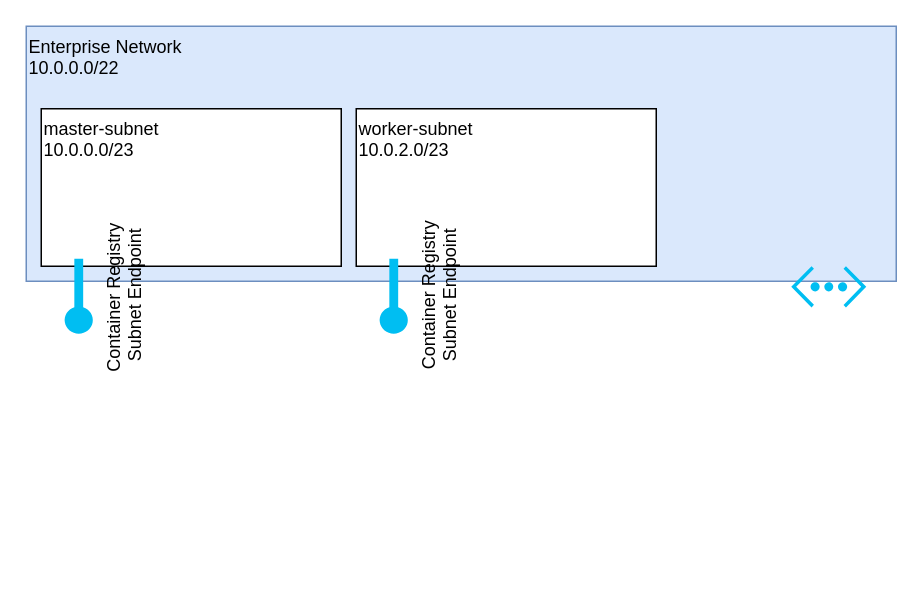
Above: drawio/azure-readhat-openshift.drawio in ParisaMousavi/wordpress (draw.io), before the change. Source tidied: cells renumbered, new cells numbered last; positions are measured from the earlier drawing's top-left corner, leaving out a move shared by most shapes. Both pictures are drawn from the tidied source at 150%, with x=0, y=0 at pixel (26, 26).
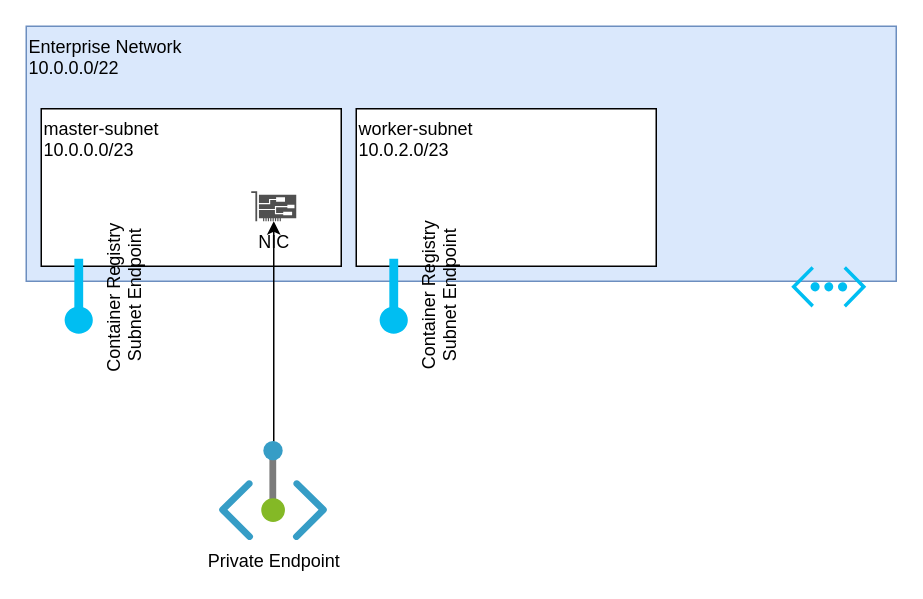
The same diagram, later.

Diff of the diagram source:
```diff
@@
 <mxGraphModel>
   <root>
     <mxCell id="0" />
     <mxCell id="1" parent="0" />
     <mxCell id="2" value="Enterprise Network&lt;br&gt;10.0.0.0/22&lt;br&gt;" style="rounded=0;whiteSpace=wrap;html=1;fillColor=#dae8fc;strokeColor=#6c8ebf;verticalAlign=top;align=left;" parent="1" vertex="1">
       <mxGeometry width="580" height="170" as="geometry" />
     </mxCell>
     <mxCell id="3" value="master-subnet&lt;br&gt;10.0.0.0/23" style="rounded=0;whiteSpace=wrap;html=1;verticalAlign=top;align=left;" parent="1" vertex="1">
       <mxGeometry x="10" y="55" width="200" height="105" as="geometry" />
     </mxCell>
     <mxCell id="4" style="verticalLabelPosition=bottom;html=1;verticalAlign=top;align=center;strokeColor=none;fillColor=#00BEF2;shape=mxgraph.azure.virtual_network;" parent="1" vertex="1">
       <mxGeometry x="510" y="160" width="50" height="27.5" as="geometry" />
     </mxCell>
     <mxCell id="5" value="worker-subnet&lt;br&gt;10.0.2.0/23" style="rounded=0;whiteSpace=wrap;html=1;align=left;verticalAlign=top;" parent="1" vertex="1">
       <mxGeometry x="220" y="55" width="200" height="105" as="geometry" />
     </mxCell>
     <mxCell id="6" value="Container Registry&amp;nbsp;&lt;br&gt;Subnet Endpoint" style="verticalLabelPosition=bottom;html=1;verticalAlign=top;align=center;strokeColor=none;fillColor=#00BEF2;shape=mxgraph.azure.service_endpoint;rotation=-90;" parent="1" vertex="1">
       <mxGeometry x="10" y="170" width="50" height="20" as="geometry" />
     </mxCell>
     <mxCell id="7" value="Container Registry&lt;br&gt;Subnet Endpoint" style="verticalLabelPosition=bottom;html=1;verticalAlign=top;align=center;strokeColor=none;fillColor=#00BEF2;shape=mxgraph.azure.service_endpoint;rotation=-90;" parent="1" vertex="1">
       <mxGeometry x="220" y="170" width="50" height="20" as="geometry" />
     </mxCell>
+    <mxCell id="8" style="edgeStyle=orthogonalEdgeStyle;rounded=0;jettySize=auto;html=1;" parent="1" edge="1" source="9" target="10">
+      <mxGeometry relative="1" as="geometry" />
+    </mxCell>
+    <mxCell id="9" value="Private Endpoint" style="html=1;points=[];align=center;image;fontSize=12;image=img/lib/azure2/networking/Private_Endpoint.svg;" parent="1" vertex="1">
+      <mxGeometry x="129" y="277" width="72" height="66" as="geometry" />
+    </mxCell>
+    <mxCell id="10" value="NIC" style="sketch=0;shadow=0;dashed=0;html=1;strokeColor=none;fillColor=#505050;labelPosition=center;verticalLabelPosition=bottom;verticalAlign=top;outlineConnect=0;align=center;shape=mxgraph.office.devices.nic;" parent="1" vertex="1">
+      <mxGeometry x="150" y="110" width="30" height="20" as="geometry" />
+    </mxCell>
   </root>
 </mxGraphModel>
```
